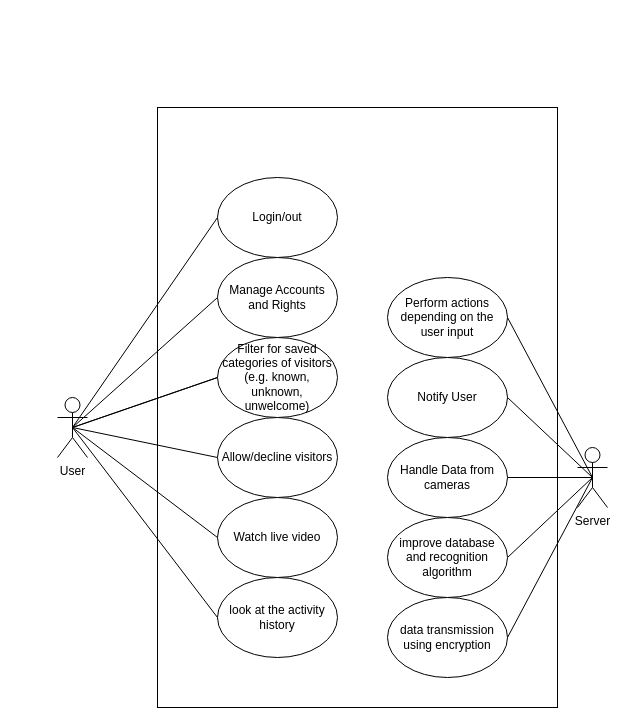
This is page "Use_Case_Diagram" (1 of 2) of Use_Case_Diagram.drawio from mymanu/Camera-Observation-Tool-Documentation, a draw.io file, before an edit. Source tidied: cells renumbered, new cells numbered last; positions are measured from the earlier drawing's top-left corner, leaving out a move shared by most shapes. Both pictures are drawn from the tidied source at 100%, with x=0, y=0 at pixel (57, 107).
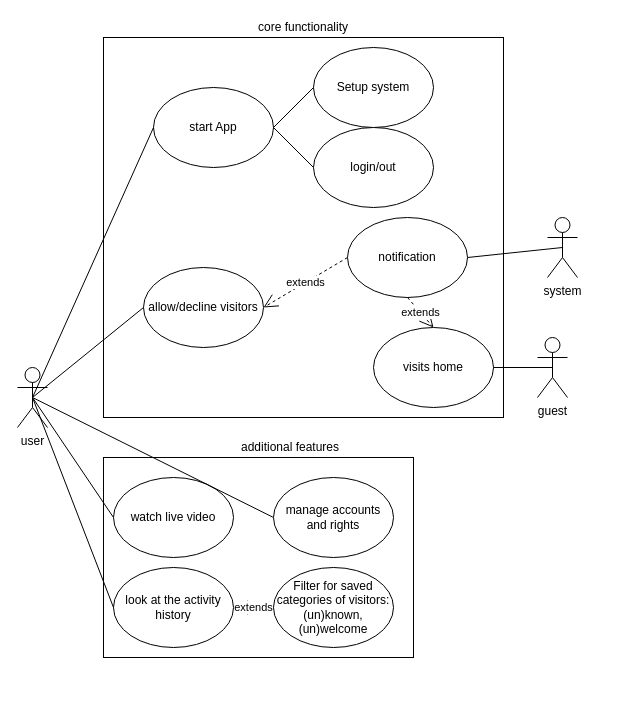
The same diagram, later.

Diff of the diagram source:
```diff
@@
+    <mxCell id="28" style="rounded=0;whiteSpace=wrap;html=1;" parent="1" vertex="1">
+      <mxGeometry x="46" y="350" width="310" height="200" as="geometry" />
+    </mxCell>
     <mxCell id="2" style="rounded=0;whiteSpace=wrap;html=1;" parent="1" vertex="1">
-      <mxGeometry x="100" width="400" height="600" as="geometry" />
+      <mxGeometry x="46" y="-70" width="400" height="380" as="geometry" />
     </mxCell>
-    <mxCell id="3" value="Server" style="shape=umlActor;verticalLabelPosition=bottom;verticalAlign=top;html=1;outlineConnect=0;" parent="1" vertex="1">
-      <mxGeometry x="520" y="340" width="30" height="60" as="geometry" />
+    <mxCell id="3" value="guest" style="shape=umlActor;verticalLabelPosition=bottom;verticalAlign=top;html=1;outlineConnect=0;" parent="1" vertex="1">
+      <mxGeometry x="480" y="230" width="30" height="60" as="geometry" />
     </mxCell>
-    <mxCell id="4" value="Notify User" style="ellipse;whiteSpace=wrap;html=1;" parent="1" vertex="1">
-      <mxGeometry x="330" y="250" width="120" height="80" as="geometry" />
-    </mxCell>
-    <mxCell id="5" value="Handle Data from cameras" style="ellipse;whiteSpace=wrap;html=1;" parent="1" vertex="1">
-      <mxGeometry x="330" y="330" width="120" height="80" as="geometry" />
-    </mxCell>
-    <mxCell id="6" style="endArrow=none;html=1;exitX=1;exitY=0.5;exitDx=0;exitDy=0;entryX=0.5;entryY=0.5;entryDx=0;entryDy=0;entryPerimeter=0;" parent="1" edge="1" source="9" target="3">
-      <mxGeometry relative="1" as="geometry" />
-    </mxCell>
-    <mxCell id="7" style="endArrow=none;html=1;exitX=0.5;exitY=0.5;exitDx=0;exitDy=0;exitPerimeter=0;entryX=1;entryY=0.5;entryDx=0;entryDy=0;" parent="1" edge="1" source="3" target="5">
-      <mxGeometry relative="1" as="geometry" />
-    </mxCell>
-    <mxCell id="8" style="endArrow=none;html=1;exitX=0.5;exitY=0.5;exitDx=0;exitDy=0;exitPerimeter=0;entryX=1;entryY=0.5;entryDx=0;entryDy=0;" parent="1" edge="1" source="3" target="4">
-      <mxGeometry relative="1" as="geometry" />
-    </mxCell>
-    <mxCell id="9" value="improve database and recognition algorithm" style="ellipse;whiteSpace=wrap;html=1;" parent="1" vertex="1">
-      <mxGeometry x="330" y="410" width="120" height="80" as="geometry" />
-    </mxCell>
-    <mxCell id="10" value="data transmission using encryption" style="ellipse;whiteSpace=wrap;html=1;" parent="1" vertex="1">
-      <mxGeometry x="330" y="490" width="120" height="80" as="geometry" />
-    </mxCell>
-    <mxCell id="11" style="endArrow=none;html=1;exitX=1;exitY=0.5;exitDx=0;exitDy=0;entryX=0.5;entryY=0.5;entryDx=0;entryDy=0;entryPerimeter=0;" parent="1" edge="1" source="10" target="3">
-      <mxGeometry relative="1" as="geometry" />
-    </mxCell>
-    <mxCell id="12" value="Perform actions depending on the user input" style="ellipse;whiteSpace=wrap;html=1;" parent="1" vertex="1">
-      <mxGeometry x="330" y="170" width="120" height="80" as="geometry" />
-    </mxCell>
-    <mxCell id="13" style="endArrow=none;html=1;entryX=1;entryY=0.5;entryDx=0;entryDy=0;exitX=0.5;exitY=0.5;exitDx=0;exitDy=0;exitPerimeter=0;" parent="1" edge="1" source="3" target="12">
-      <mxGeometry relative="1" as="geometry" />
-    </mxCell>
-    <mxCell id="14" value="Login/out" style="ellipse;whiteSpace=wrap;html=1;" parent="1" vertex="1">
-      <mxGeometry x="160" y="70" width="120" height="80" as="geometry" />
+    <mxCell id="14" value="start App" style="ellipse;whiteSpace=wrap;html=1;" parent="1" vertex="1">
+      <mxGeometry x="96" y="-20" width="120" height="80" as="geometry" />
     </mxCell>
-    <mxCell id="15" value="Watch live video" style="ellipse;whiteSpace=wrap;html=1;" parent="1" vertex="1">
-      <mxGeometry x="160" y="390" width="120" height="80" as="geometry" />
+    <mxCell id="15" value="watch live video" style="ellipse;whiteSpace=wrap;html=1;" parent="1" vertex="1">
+      <mxGeometry x="56" y="370" width="120" height="80" as="geometry" />
     </mxCell>
     <mxCell id="16" value="look at the activity history" style="ellipse;whiteSpace=wrap;html=1;" parent="1" vertex="1">
-      <mxGeometry x="160" y="470" width="120" height="80" as="geometry" />
+      <mxGeometry x="56" y="460" width="120" height="80" as="geometry" />
     </mxCell>
-    <mxCell id="17" value="Allow/decline visitors" style="ellipse;whiteSpace=wrap;html=1;" parent="1" vertex="1">
-      <mxGeometry x="160" y="310" width="120" height="80" as="geometry" />
+    <mxCell id="17" value="allow/decline visitors" style="ellipse;whiteSpace=wrap;html=1;" parent="1" vertex="1">
+      <mxGeometry x="86" y="160" width="120" height="80" as="geometry" />
     </mxCell>
@@
-    <mxCell id="23" style="endArrow=none;html=1;entryX=0;entryY=0.5;entryDx=0;entryDy=0;exitX=0.5;exitY=0.5;exitDx=0;exitDy=0;exitPerimeter=0;" parent="1" edge="1" source="24" target="26">
-      <mxGeometry relative="1" as="geometry" />
-    </mxCell>
-    <mxCell id="24" value="User" style="shape=umlActor;verticalLabelPosition=bottom;verticalAlign=top;html=1;outlineConnect=0;" parent="1" vertex="1">
-      <mxGeometry y="290" width="30" height="60" as="geometry" />
+    <mxCell id="24" value="user" style="shape=umlActor;verticalLabelPosition=bottom;verticalAlign=top;html=1;outlineConnect=0;" parent="1" vertex="1">
+      <mxGeometry x="-40" y="260" width="30" height="60" as="geometry" />
     </mxCell>
-    <mxCell id="25" value="Manage Accounts and Rights" style="ellipse;whiteSpace=wrap;html=1;" parent="1" vertex="1">
-      <mxGeometry x="160" y="150" width="120" height="80" as="geometry" />
+    <mxCell id="25" value="manage accounts and rights" style="ellipse;whiteSpace=wrap;html=1;" parent="1" vertex="1">
+      <mxGeometry x="216" y="370" width="120" height="80" as="geometry" />
     </mxCell>
-    <mxCell id="26" value="Filter for saved categories of visitors (e.g. known, unknown, unwelcome)" style="ellipse;whiteSpace=wrap;html=1;" parent="1" vertex="1">
-      <mxGeometry x="160" y="230" width="120" height="80" as="geometry" />
+    <mxCell id="26" value="Filter for saved categories of visitors: (un)known, (un)welcome" style="ellipse;whiteSpace=wrap;html=1;" parent="1" vertex="1">
+      <mxGeometry x="216" y="460" width="120" height="80" as="geometry" />
     </mxCell>
-    <mxCell id="27" style="endArrow=none;html=1;entryX=0;entryY=0.5;entryDx=0;entryDy=0;exitX=0.5;exitY=0.5;exitDx=0;exitDy=0;exitPerimeter=0;" parent="1" edge="1" source="24" target="26">
-      <mxGeometry relative="1" as="geometry" />
-    </mxCell>
+    <mxCell id="29" value="visits home" style="ellipse;whiteSpace=wrap;html=1;" parent="1" vertex="1">
+      <mxGeometry x="316" y="220" width="120" height="80" as="geometry" />
+    </mxCell>
+    <mxCell id="30" style="endArrow=none;html=1;exitX=0.5;exitY=0.5;exitDx=0;exitDy=0;entryX=1;entryY=0.5;entryDx=0;entryDy=0;exitPerimeter=0;" parent="1" edge="1" source="3" target="29">
+      <mxGeometry relative="1" as="geometry" />
+    </mxCell>
+    <mxCell id="31" style="edgeStyle=none;rounded=0;orthogonalLoop=1;jettySize=auto;html=1;exitX=0.5;exitY=0;exitDx=0;exitDy=0;" parent="1" edge="1" source="2" target="2">
+      <mxGeometry relative="1" as="geometry" />
+    </mxCell>
+    <mxCell id="32" value="Setup system" style="ellipse;whiteSpace=wrap;html=1;" parent="1" vertex="1">
+      <mxGeometry x="256" y="-60" width="120" height="80" as="geometry" />
+    </mxCell>
+    <mxCell id="33" value="additional features" style="text;html=1;strokeColor=none;fillColor=none;align=center;verticalAlign=middle;whiteSpace=wrap;rounded=0;" parent="1" vertex="1">
+      <mxGeometry x="170" y="330" width="126" height="20" as="geometry" />
+    </mxCell>
+    <mxCell id="34" value="core functionality" style="text;html=1;strokeColor=none;fillColor=none;align=center;verticalAlign=middle;whiteSpace=wrap;rounded=0;" parent="1" vertex="1">
+      <mxGeometry x="183" y="-90" width="126" height="20" as="geometry" />
+    </mxCell>
+    <mxCell id="35" value="login/out" style="ellipse;whiteSpace=wrap;html=1;" parent="1" vertex="1">
+      <mxGeometry x="256" y="20" width="120" height="80" as="geometry" />
+    </mxCell>
+    <mxCell id="36" style="endArrow=none;html=1;exitX=0;exitY=0.5;exitDx=0;exitDy=0;entryX=1;entryY=0.5;entryDx=0;entryDy=0;" parent="1" edge="1" source="35" target="14">
+      <mxGeometry relative="1" as="geometry" />
+    </mxCell>
+    <mxCell id="37" style="endArrow=none;html=1;exitX=0;exitY=0.5;exitDx=0;exitDy=0;entryX=1;entryY=0.5;entryDx=0;entryDy=0;" parent="1" edge="1" source="32" target="14">
+      <mxGeometry relative="1" as="geometry" />
+    </mxCell>
+    <mxCell id="38" value="system" style="shape=umlActor;verticalLabelPosition=bottom;verticalAlign=top;html=1;outlineConnect=0;" parent="1" vertex="1">
+      <mxGeometry x="490" y="110" width="30" height="60" as="geometry" />
+    </mxCell>
+    <mxCell id="39" value="notification" style="ellipse;whiteSpace=wrap;html=1;" parent="1" vertex="1">
+      <mxGeometry x="290" y="110" width="120" height="80" as="geometry" />
+    </mxCell>
+    <mxCell id="40" value="extends" style="endArrow=open;endSize=12;dashed=1;html=1;exitX=0;exitY=0.5;exitDx=0;exitDy=0;entryX=1;entryY=0.5;entryDx=0;entryDy=0;" parent="1" edge="1" source="39" target="17">
+      <mxGeometry relative="1" as="geometry" />
+    </mxCell>
+    <mxCell id="41" value="extends" style="endArrow=open;endSize=12;dashed=1;html=1;exitX=0.5;exitY=1;exitDx=0;exitDy=0;entryX=0.5;entryY=0;entryDx=0;entryDy=0;" parent="1" edge="1" source="39" target="29">
+      <mxGeometry relative="1" as="geometry" />
+    </mxCell>
+    <mxCell id="42" style="endArrow=none;html=1;exitX=0.5;exitY=0.5;exitDx=0;exitDy=0;exitPerimeter=0;entryX=1;entryY=0.5;entryDx=0;entryDy=0;" parent="1" edge="1" source="38" target="39">
+      <mxGeometry relative="1" as="geometry" />
+    </mxCell>
+    <mxCell id="43" value="extends" style="endArrow=open;endSize=12;dashed=1;html=1;exitX=0;exitY=0.5;exitDx=0;exitDy=0;entryX=1;entryY=0.5;entryDx=0;entryDy=0;" parent="1" edge="1" source="26" target="16">
+      <mxGeometry relative="1" as="geometry" />
+    </mxCell>
```
